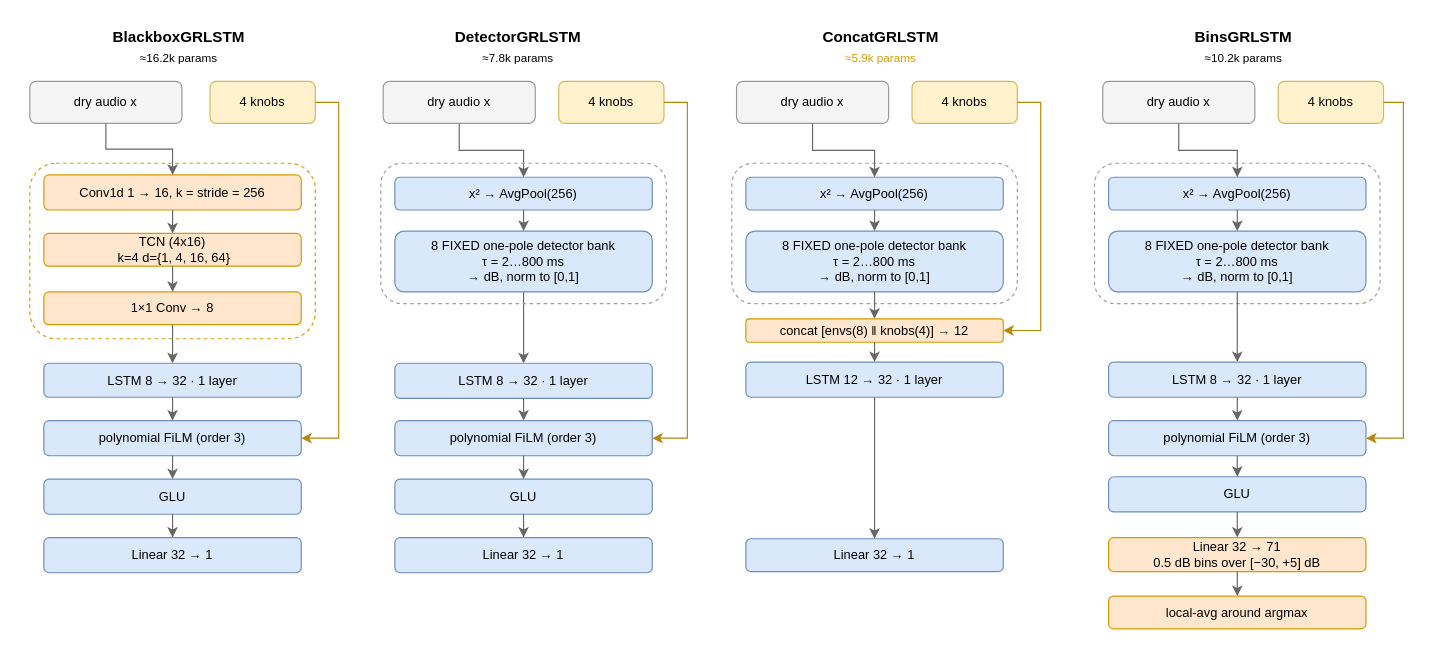
Before: 05_conditioning/gr_star_ablation_models.drawio in 5aola/Virtual-Analogue-Compressor-Modelling, a draw.io diagram. Source tidied: cells renumbered, new cells numbered last; positions are measured from the earlier drawing's top-left corner, leaving out a move shared by most shapes. Both pictures are drawn from the tidied source at 117%, with x=0, y=0 at pixel (20, 20).
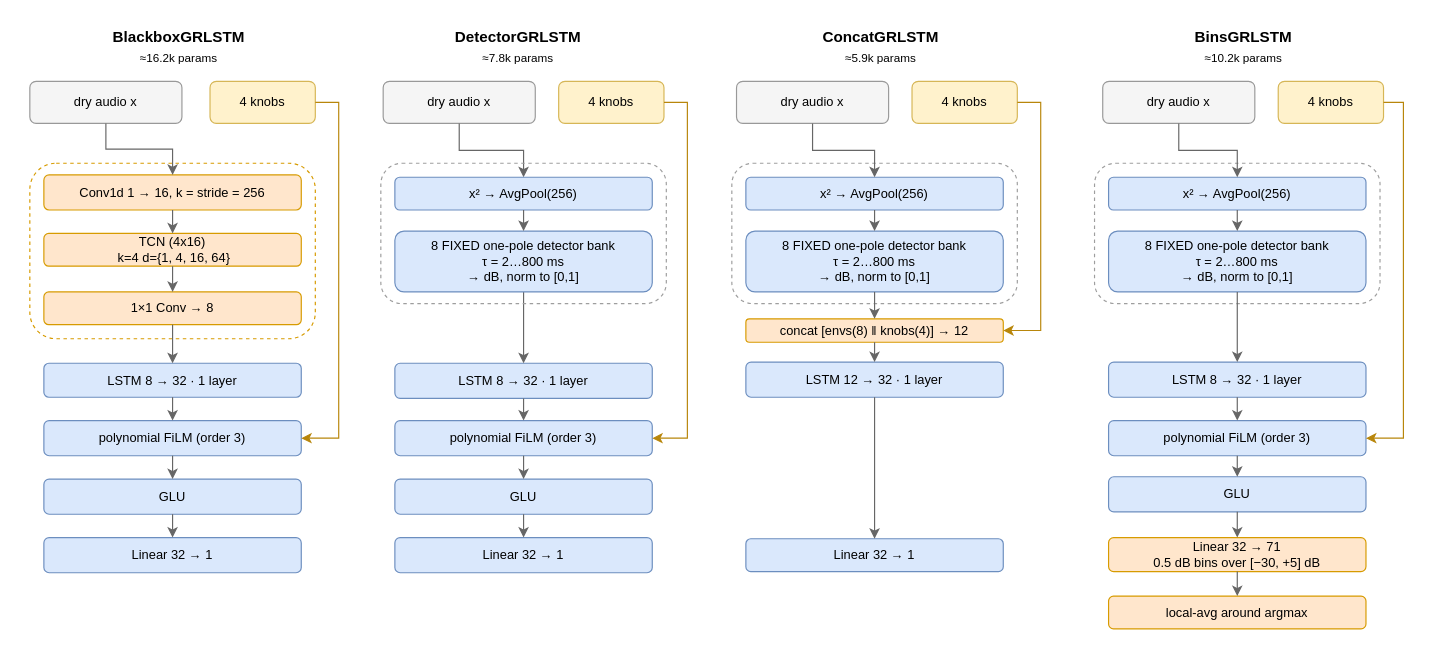
After the change.

Change to the diagram source:
```diff
@@
-    <mxCell id="7" value="≈5.9k params" style="text;html=1;align=center;fontSize=10;fontColor=light-dark(#D79B00,#959595);labelBorderColor=none;" parent="1" vertex="1">
+    <mxCell id="7" value="≈5.9k params" style="text;html=1;align=center;fontSize=10;fontColor=default;labelBorderColor=none;" parent="1" vertex="1">
       <mxGeometry x="600" y="20" width="270" height="16" as="geometry" />
     </mxCell>
```
